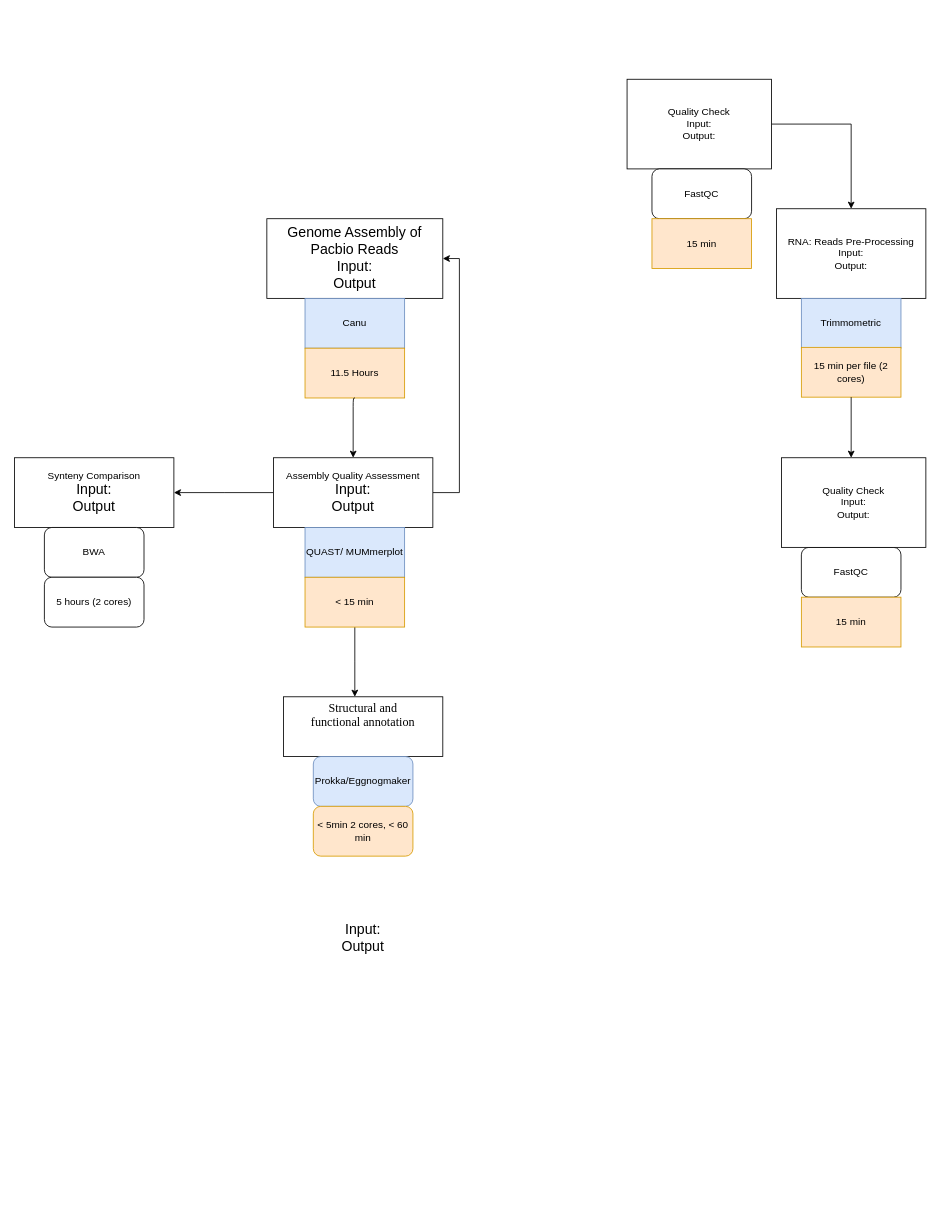
Before: Workflow Chart.drawio in sverige16/Genome_Analysis_Project_2022, a draw.io diagram. Source tidied: cells renumbered, new cells numbered last; positions are measured from the earlier drawing's top-left corner, leaving out a move shared by most shapes. Both pictures are drawn from the tidied source at 83%, with x=0, y=0 at pixel (14, 79).
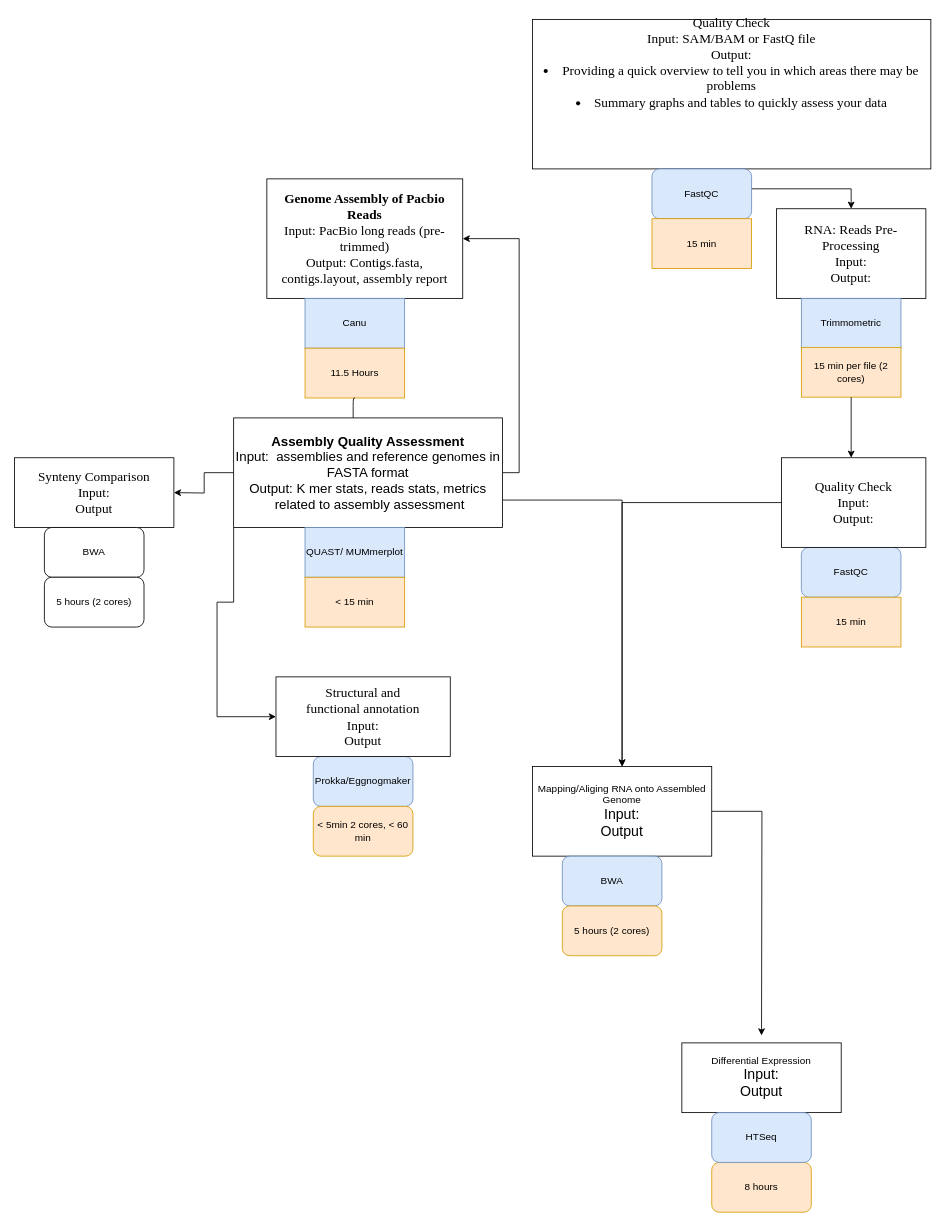
Above is the later version.

Unchanged cells that the change refers to:
```xml
<mxCell id="15" value="&amp;lt; 15 min " style="rounded=0;whiteSpace=wrap;html=1;fillColor=#ffe6cc;strokeColor=#d79b00;" parent="1" vertex="1">
  <mxGeometry x="350" y="600" width="120" height="60" as="geometry" />
</mxCell>
```

Change to the diagram source:
```diff
@@
-    <mxCell id="2" value="&lt;div&gt;&lt;font style=&quot;font-size: 17px&quot;&gt;Genome Assembly of Pacbio Reads&lt;/font&gt;&lt;/div&gt;&lt;div&gt;&lt;font style=&quot;font-size: 17px&quot;&gt;Input: &lt;br&gt;&lt;/font&gt;&lt;/div&gt;&lt;div&gt;&lt;font style=&quot;font-size: 17px&quot;&gt;Output&lt;br&gt;&lt;/font&gt;&lt;/div&gt;" style="rounded=0;whiteSpace=wrap;html=1;" parent="1" vertex="1">
-      <mxGeometry x="304" y="168" width="212" height="96" as="geometry" />
+    <mxCell id="2" value="&lt;div style=&quot;font-size: 16px&quot;&gt;&lt;b&gt;&lt;font style=&quot;font-size: 16px&quot;&gt;Genome Assembly of Pacbio Reads&lt;/font&gt;&lt;/b&gt;&lt;/div&gt;&lt;div style=&quot;font-size: 16px&quot;&gt;&lt;font style=&quot;font-size: 16px&quot;&gt;Input: PacBio long reads (pre-trimmed)&lt;br style=&quot;font-size: 16px&quot;&gt;&lt;/font&gt;&lt;/div&gt;&lt;div style=&quot;font-size: 16px&quot;&gt;&lt;font style=&quot;font-size: 16px&quot;&gt;Output: Contigs.fasta, contigs.layout, assembly report&lt;br style=&quot;font-size: 16px&quot;&gt;&lt;/font&gt;&lt;/div&gt;" style="rounded=0;whiteSpace=wrap;html=1;fontSize=16;fontFamily=Times New Roman;" parent="1" vertex="1">
+      <mxGeometry x="304" y="120" width="236" height="144" as="geometry" />
     </mxCell>
@@
-    <mxCell id="5" value="&lt;div&gt;RNA: Reads Pre-Processing&lt;/div&gt;&lt;div&gt;Input:&lt;/div&gt;&lt;div&gt;Output:&lt;br&gt;&lt;/div&gt;" style="rounded=0;whiteSpace=wrap;html=1;" parent="1" vertex="1">
+    <mxCell id="5" value="&lt;div style=&quot;font-size: 16px;&quot;&gt;RNA: Reads Pre-Processing&lt;/div&gt;&lt;div style=&quot;font-size: 16px;&quot;&gt;Input:&lt;/div&gt;&lt;div style=&quot;font-size: 16px;&quot;&gt;Output:&lt;br style=&quot;font-size: 16px;&quot;&gt;&lt;/div&gt;" style="rounded=0;whiteSpace=wrap;html=1;fontSize=16;fontFamily=Times New Roman;" parent="1" vertex="1">
       <mxGeometry x="918" y="156" width="180" height="108" as="geometry" />
     </mxCell>
@@
+    <mxCell id="29" style="edgeStyle=orthogonalEdgeStyle;rounded=0;jettySize=auto;html=1;exitX=1;exitY=0.75;exitDx=0;exitDy=0;entryX=0.5;entryY=0;entryDx=0;entryDy=0;" parent="1" edge="1" source="12" target="33">
+      <mxGeometry relative="1" as="geometry" />
+    </mxCell>
+    <mxCell id="30" style="edgeStyle=orthogonalEdgeStyle;rounded=0;jettySize=auto;html=1;exitX=0;exitY=1;exitDx=0;exitDy=0;entryX=0;entryY=0.5;entryDx=0;entryDy=0;fontFamily=Times New Roman;fontSize=16;" parent="1" edge="1" source="12" target="16">
+      <mxGeometry relative="1" as="geometry" />
+    </mxCell>
-    <mxCell id="12" value="&lt;div&gt;Assembly Quality Assessment&lt;div&gt;&lt;font style=&quot;font-size: 17px&quot;&gt;Input: &lt;br&gt;&lt;/font&gt;&lt;/div&gt;&lt;font style=&quot;font-size: 17px&quot;&gt;Output&lt;/font&gt;&lt;/div&gt;" style="rounded=0;whiteSpace=wrap;html=1;" parent="1" vertex="1">
-      <mxGeometry x="312" y="456" width="192" height="84" as="geometry" />
+    <mxCell id="12" value="&lt;div style=&quot;font-size: 16px&quot;&gt;&lt;b&gt;&lt;font style=&quot;font-size: 16px&quot;&gt;Assembly Quality Assessment&lt;/font&gt;&lt;/b&gt;&lt;div&gt;&lt;font style=&quot;font-size: 16px&quot;&gt;Input:&amp;nbsp; &lt;/font&gt;&lt;font style=&quot;font-size: 16px&quot;&gt;assemblies and reference gen&lt;font style=&quot;font-size: 16px&quot; face=&quot;Times New Roman&quot;&gt;o&lt;/font&gt;mes in FASTA format&lt;/font&gt;&lt;/div&gt;&lt;font style=&quot;font-size: 16px&quot;&gt;Output: K mer stats, reads stats, metrics&lt;br&gt;&lt;/font&gt;&lt;/div&gt;&lt;font style=&quot;font-size: 16px&quot;&gt;&amp;nbsp;related to assembly assessment&lt;/font&gt;" style="rounded=0;whiteSpace=wrap;html=1;" parent="1" vertex="1">
+      <mxGeometry x="264" y="408" width="324" height="132" as="geometry" />
     </mxCell>
@@
-    <mxCell id="14" style="edgeStyle=orthogonalEdgeStyle;rounded=0;jettySize=auto;html=1;exitX=0.5;exitY=1;exitDx=0;exitDy=0;" parent="1" edge="1" source="15">
-      <mxGeometry relative="1" as="geometry">
-        <mxPoint x="410" y="744" as="targetPoint" />
-      </mxGeometry>
-    </mxCell>
@@
-    <mxCell id="16" value="&lt;div&gt;&lt;br/&gt;&lt;br/&gt;&lt;br/&gt;&lt;br/&gt;&lt;br/&gt;&lt;br/&gt;&lt;br/&gt;&lt;br/&gt;&lt;br/&gt;&lt;br/&gt;&lt;br/&gt;&lt;br/&gt;&lt;br/&gt;&lt;br/&gt;&lt;br/&gt;&lt;br/&gt;&lt;br/&gt;&lt;span style=&quot;font-size: 11.0pt ; font-family: &amp;#34;arialmt&amp;#34; , serif&quot;&gt;Structural and&lt;br/&gt;functional annotation&lt;/span&gt;&lt;/div&gt;&lt;div&gt;&lt;br/&gt;&lt;br/&gt;&lt;br/&gt;&lt;br/&gt;&lt;br/&gt;&lt;br/&gt;&lt;br/&gt;&lt;br/&gt;&lt;br/&gt;&lt;br/&gt;&lt;br/&gt;&lt;br/&gt;&lt;br/&gt;&lt;br/&gt;&lt;br/&gt;&lt;br/&gt;&lt;div&gt;&lt;font style=&quot;font-size: 17px&quot;&gt;Input: &lt;br&gt;&lt;/font&gt;&lt;/div&gt;&lt;font style=&quot;font-size: 17px&quot;&gt;Output&lt;/font&gt;&lt;/div&gt;" style="rounded=0;whiteSpace=wrap;html=1;" parent="1" vertex="1">
-      <mxGeometry x="324" y="744" width="192" height="72" as="geometry" />
-    </mxCell>
@@
-    <mxCell id="19" value="&lt;div&gt;Synteny Comparison&lt;br&gt;&lt;div&gt;&lt;font style=&quot;font-size: 17px&quot;&gt;Input: &lt;br&gt;&lt;/font&gt;&lt;/div&gt;&lt;font style=&quot;font-size: 17px&quot;&gt;Output&lt;/font&gt;&lt;/div&gt;" style="rounded=0;whiteSpace=wrap;html=1;" parent="1" vertex="1">
+    <mxCell id="19" value="&lt;div style=&quot;font-size: 16px;&quot;&gt;Synteny Comparison&lt;br style=&quot;font-size: 16px;&quot;&gt;&lt;div style=&quot;font-size: 16px;&quot;&gt;&lt;font style=&quot;font-size: 16px;&quot;&gt;Input: &lt;br style=&quot;font-size: 16px;&quot;&gt;&lt;/font&gt;&lt;/div&gt;&lt;font style=&quot;font-size: 16px;&quot;&gt;Output&lt;/font&gt;&lt;/div&gt;" style="rounded=0;whiteSpace=wrap;html=1;fontFamily=Times New Roman;fontSize=16;" parent="1" vertex="1">
       <mxGeometry y="456" width="192" height="84" as="geometry" />
     </mxCell>
@@
-    <mxCell id="23" value="Quality Check&lt;br&gt;&lt;div&gt;Input:&lt;/div&gt;&lt;div&gt;Output:&lt;br&gt;&lt;/div&gt;" style="rounded=0;whiteSpace=wrap;html=1;" parent="1" vertex="1">
-      <mxGeometry x="738" width="174" height="108" as="geometry" />
+    <mxCell id="23" value="Quality Check&lt;br style=&quot;font-size: 16px&quot;&gt;&lt;div style=&quot;font-size: 16px&quot;&gt;Input: SAM/BAM or FastQ file&lt;br&gt;&lt;/div&gt;&lt;div style=&quot;font-size: 16px&quot;&gt;Output: &lt;br&gt;&lt;li&gt;Providing a quick overview to tell you in which areas there may be problems&lt;/li&gt;&lt;li&gt;Summary graphs and tables to quickly assess your data&lt;/li&gt;&lt;br&gt;&lt;br&gt; &lt;br&gt;&lt;br&gt; &lt;/div&gt;" style="rounded=0;whiteSpace=wrap;html=1;fontSize=16;fontFamily=Times New Roman;" parent="1" vertex="1">
+      <mxGeometry x="624" y="-72" width="480" height="180" as="geometry" />
     </mxCell>
-    <mxCell id="24" value="FastQC" style="rounded=1;whiteSpace=wrap;html=1;" parent="1" vertex="1">
+    <mxCell id="24" value="FastQC" style="rounded=1;whiteSpace=wrap;html=1;fillColor=#dae8fc;strokeColor=#6c8ebf;" parent="1" vertex="1">
       <mxGeometry x="768" y="108" width="120" height="60" as="geometry" />
     </mxCell>
@@
-    <mxCell id="26" value="FastQC" style="rounded=1;whiteSpace=wrap;html=1;" parent="1" vertex="1">
+    <mxCell id="26" value="FastQC" style="rounded=1;whiteSpace=wrap;html=1;fillColor=#dae8fc;strokeColor=#6c8ebf;" parent="1" vertex="1">
       <mxGeometry x="948" y="564" width="120" height="60" as="geometry" />
     </mxCell>
@@
+    <mxCell id="31" style="edgeStyle=orthogonalEdgeStyle;rounded=0;jettySize=auto;html=1;exitX=0;exitY=0.5;exitDx=0;exitDy=0;" parent="1" edge="1" source="28" target="33">
+      <mxGeometry relative="1" as="geometry" />
+    </mxCell>
-    <mxCell id="28" value="Quality Check&lt;br&gt;&lt;div&gt;Input:&lt;/div&gt;&lt;div&gt;Output:&lt;br&gt;&lt;/div&gt;" style="rounded=0;whiteSpace=wrap;html=1;" parent="1" vertex="1">
+    <mxCell id="28" value="Quality Check&lt;br style=&quot;font-size: 16px;&quot;&gt;&lt;div style=&quot;font-size: 16px;&quot;&gt;Input:&lt;/div&gt;&lt;div style=&quot;font-size: 16px;&quot;&gt;Output:&lt;br style=&quot;font-size: 16px;&quot;&gt;&lt;/div&gt;" style="rounded=0;whiteSpace=wrap;html=1;fontFamily=Times New Roman;fontSize=16;" parent="1" vertex="1">
       <mxGeometry x="924" y="456" width="174" height="108" as="geometry" />
     </mxCell>
+    <mxCell id="32" style="edgeStyle=orthogonalEdgeStyle;rounded=0;jettySize=auto;html=1;exitX=1;exitY=0.5;exitDx=0;exitDy=0;" parent="1" edge="1" source="33">
+      <mxGeometry relative="1" as="geometry">
+        <mxPoint x="900" y="1152" as="targetPoint" />
+      </mxGeometry>
+    </mxCell>
+    <mxCell id="33" value="&lt;div&gt;Mapping/Aliging RNA onto Assembled Genome&lt;/div&gt;&lt;div&gt;&lt;div&gt;&lt;font style=&quot;font-size: 17px&quot;&gt;Input: &lt;br&gt;&lt;/font&gt;&lt;/div&gt;&lt;font style=&quot;font-size: 17px&quot;&gt;Output&lt;/font&gt;&lt;/div&gt;" style="rounded=0;whiteSpace=wrap;html=1;" parent="1" vertex="1">
+      <mxGeometry x="624" y="828" width="216" height="108" as="geometry" />
+    </mxCell>
+    <mxCell id="34" value="BWA" style="rounded=1;whiteSpace=wrap;html=1;fillColor=#dae8fc;strokeColor=#6c8ebf;" parent="1" vertex="1">
+      <mxGeometry x="660" y="936" width="120" height="60" as="geometry" />
+    </mxCell>
+    <mxCell id="35" value="5 hours (2 cores)" style="rounded=1;whiteSpace=wrap;html=1;fillColor=#ffe6cc;strokeColor=#d79b00;" parent="1" vertex="1">
+      <mxGeometry x="660" y="996" width="120" height="60" as="geometry" />
+    </mxCell>
+    <mxCell id="36" value="&lt;div&gt;Differential Expression&lt;br&gt;&lt;div&gt;&lt;font style=&quot;font-size: 17px&quot;&gt;Input: &lt;br&gt;&lt;/font&gt;&lt;/div&gt;&lt;font style=&quot;font-size: 17px&quot;&gt;Output&lt;/font&gt;&lt;/div&gt;" style="rounded=0;whiteSpace=wrap;html=1;" parent="1" vertex="1">
+      <mxGeometry x="804" y="1161" width="192" height="84" as="geometry" />
+    </mxCell>
+    <mxCell id="37" value="8 hours" style="rounded=1;whiteSpace=wrap;html=1;fillColor=#ffe6cc;strokeColor=#d79b00;" parent="1" vertex="1">
+      <mxGeometry x="840" y="1305" width="120" height="60" as="geometry" />
+    </mxCell>
+    <mxCell id="38" value="HTSeq" style="rounded=1;whiteSpace=wrap;html=1;fillColor=#dae8fc;strokeColor=#6c8ebf;" parent="1" vertex="1">
+      <mxGeometry x="840" y="1245" width="120" height="60" as="geometry" />
+    </mxCell>
+    <mxCell id="16" value="&lt;div style=&quot;font-size: 16px&quot;&gt;&lt;font face=&quot;Times New Roman&quot;&gt;&lt;br style=&quot;font-size: 16px&quot;&gt;&lt;br style=&quot;font-size: 16px&quot;&gt;&lt;br style=&quot;font-size: 16px&quot;&gt;&lt;br style=&quot;font-size: 16px&quot;&gt;&lt;br style=&quot;font-size: 16px&quot;&gt;&amp;nbsp;&lt;br style=&quot;font-size: 16px&quot;&gt;&lt;br style=&quot;font-size: 16px&quot;&gt;&lt;br style=&quot;font-size: 16px&quot;&gt;&lt;br style=&quot;font-size: 16px&quot;&gt;&lt;br style=&quot;font-size: 16px&quot;&gt;&lt;br style=&quot;font-size: 16px&quot;&gt;&lt;br style=&quot;font-size: 16px&quot;&gt;&lt;br style=&quot;font-size: 16px&quot;&gt;&lt;br style=&quot;font-size: 16px&quot;&gt;&lt;br style=&quot;font-size: 16px&quot;&gt;&lt;br style=&quot;font-size: 16px&quot;&gt;&lt;br style=&quot;font-size: 16px&quot;&gt;&lt;span style=&quot;font-size: 16px&quot;&gt;Structural and&lt;br style=&quot;font-size: 16px&quot;&gt;functional annotation&lt;/span&gt;&lt;/font&gt;&lt;/div&gt;&lt;div style=&quot;font-size: 16px&quot;&gt;&lt;div style=&quot;font-size: 16px&quot;&gt;&lt;font style=&quot;font-size: 16px&quot; face=&quot;Times New Roman&quot;&gt;Input: &lt;br style=&quot;font-size: 16px&quot;&gt;&lt;/font&gt;&lt;/div&gt;&lt;font style=&quot;font-size: 16px&quot; face=&quot;Times New Roman&quot;&gt;Output&lt;/font&gt;&lt;font face=&quot;Times New Roman&quot;&gt;&lt;span style=&quot;font-size: 16px&quot;&gt;&lt;/span&gt;&lt;/font&gt;&lt;/div&gt;&lt;div style=&quot;font-size: 16px&quot;&gt;&lt;font face=&quot;Times New Roman&quot;&gt;&lt;br style=&quot;font-size: 16px&quot;&gt;&lt;br style=&quot;font-size: 16px&quot;&gt;&lt;br style=&quot;font-size: 16px&quot;&gt;&lt;br style=&quot;font-size: 16px&quot;&gt;&lt;br style=&quot;font-size: 16px&quot;&gt;&lt;br style=&quot;font-size: 16px&quot;&gt;&lt;br style=&quot;font-size: 16px&quot;&gt;&lt;br style=&quot;font-size: 16px&quot;&gt;&lt;br style=&quot;font-size: 16px&quot;&gt;&lt;br style=&quot;font-size: 16px&quot;&gt;&lt;br style=&quot;font-size: 16px&quot;&gt;&lt;br style=&quot;font-size: 16px&quot;&gt;&lt;br style=&quot;font-size: 16px&quot;&gt;&lt;br style=&quot;font-size: 16px&quot;&gt;&lt;br style=&quot;font-size: 16px&quot;&gt;&lt;br style=&quot;font-size: 16px&quot;&gt;&lt;br style=&quot;font-size: 16px&quot;&gt;&lt;/font&gt;&lt;/div&gt;" style="rounded=0;whiteSpace=wrap;html=1;fontSize=16;" parent="1" vertex="1">
+      <mxGeometry x="315" y="720" width="210" height="96" as="geometry" />
+    </mxCell>
```
